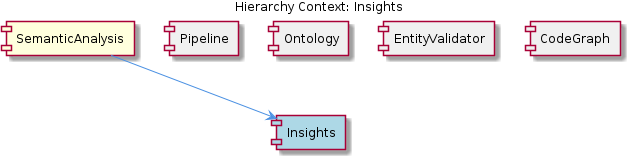
This is .data/knowledge-graph/insights/images/insights-relationship.png from fwornle/coding, a PlantUML export, as it was before one commit. Its source is kept beside it as .data/knowledge-graph/insights/puml/insights-relationship.puml. Its diagram source:
```plantuml
@startuml
!include _standard-style.puml

title Hierarchy Context: Insights

[SemanticAnalysis] as semantic_analysis #FFFFDD
[Insights] as insights #LightBlue
[Pipeline] as pipeline #F0F0F0
[Ontology] as ontology #F0F0F0
[EntityValidator] as entity_validator #F0F0F0
[CodeGraph] as code_graph #F0F0F0

semantic_analysis --> insights
pipeline -[hidden]- insights
ontology -[hidden]- insights
entity_validator -[hidden]- insights
code_graph -[hidden]- insights

@enduml
```
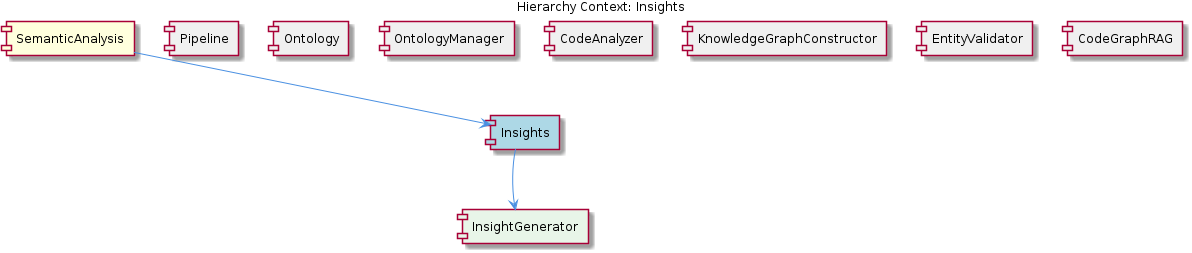
Later version of the same file.

Diff of the diagram source:
```diff
@@ -7,13 +7,23 @@
 [Insights] as insights #LightBlue
 [Pipeline] as pipeline #F0F0F0
 [Ontology] as ontology #F0F0F0
+[OntologyManager] as ontology_manager #F0F0F0
+[CodeAnalyzer] as code_analyzer #F0F0F0
+[InsightGenerator] as insight_generator #F0F0F0
+[KnowledgeGraphConstructor] as knowledge_graph_constructor #F0F0F0
 [EntityValidator] as entity_validator #F0F0F0
-[CodeGraph] as code_graph #F0F0F0
+[CodeGraphRAG] as code_graph_rag #F0F0F0
+[InsightGenerator] as insight_generator #E8F5E8
 
 semantic_analysis --> insights
 pipeline -[hidden]- insights
 ontology -[hidden]- insights
+ontology_manager -[hidden]- insights
+code_analyzer -[hidden]- insights
+insight_generator -[hidden]- insights
+knowledge_graph_constructor -[hidden]- insights
 entity_validator -[hidden]- insights
-code_graph -[hidden]- insights
+code_graph_rag -[hidden]- insights
+insights --> insight_generator
 
 @enduml
```
